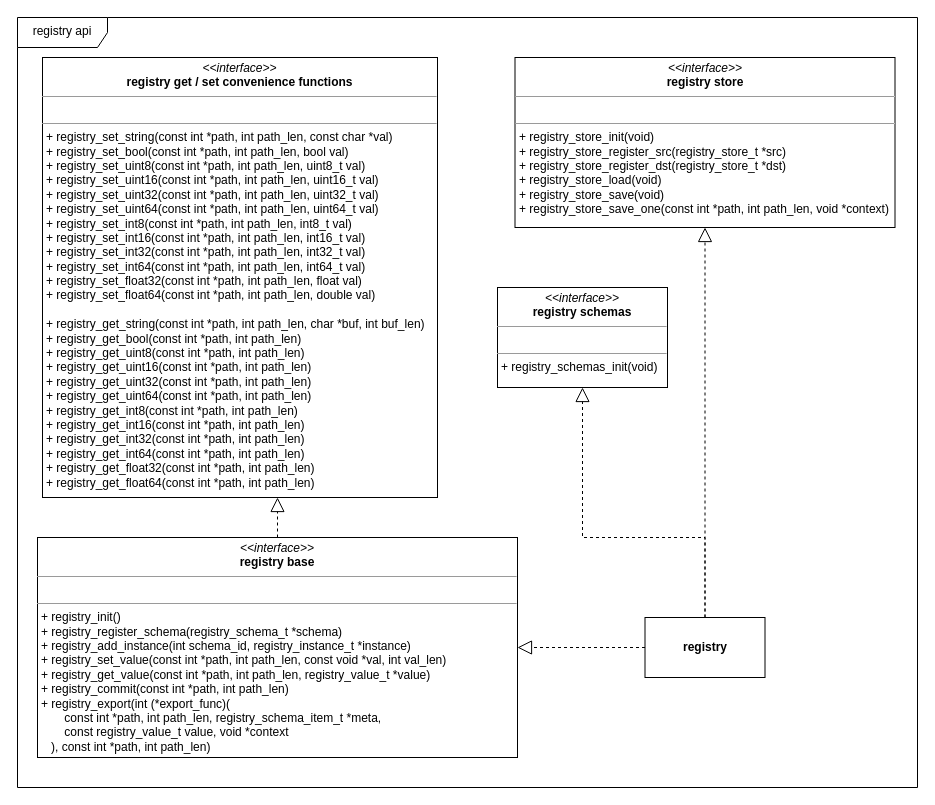
This is doc/drawio/api.drawio from LasseRosenow/riot-runtime-config, a draw.io file, before an edit. Source tidied: cells renumbered, new cells numbered last; positions are measured from the earlier drawing's top-left corner, leaving out a move shared by most shapes. Both pictures are drawn from the tidied source at 100%, with x=0, y=0 at pixel (17, 17).
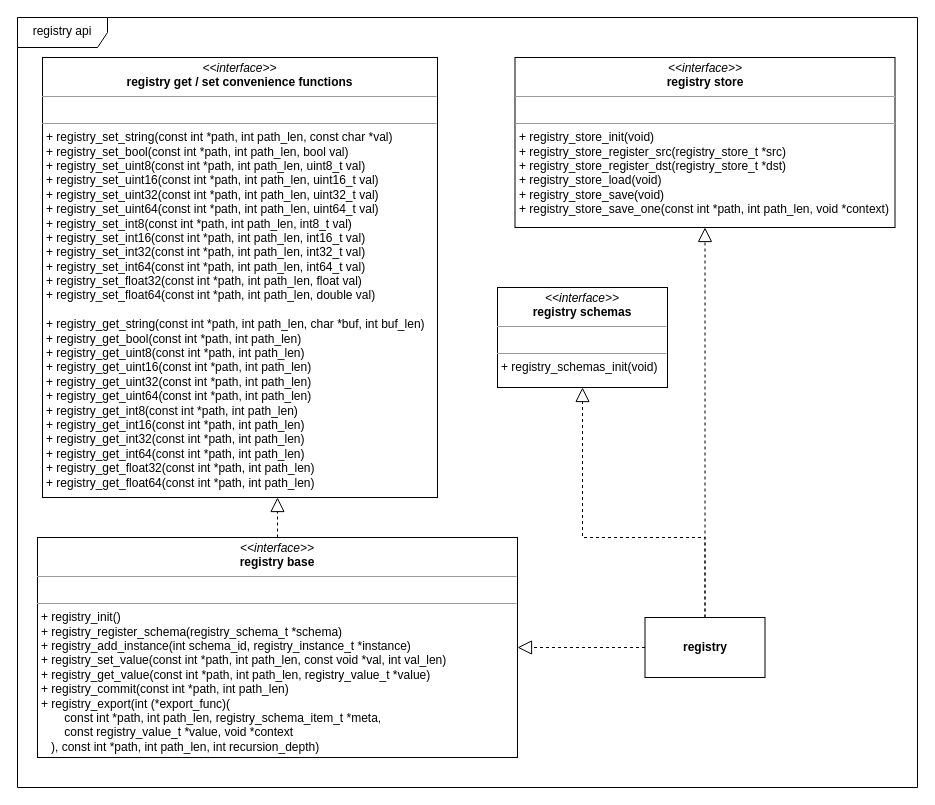
The same page after the edit.

Commit message (it also covers changes not shown here):
WIP: Add recursion_depth to export function and enable export of schema and interface meta data

Diff of the diagram source:
```diff
@@
 <mxGraphModel background="#FFFFFF">
   <root>
     <mxCell id="0" />
     <mxCell id="1" parent="0" />
     <mxCell id="2" value="registry api" style="shape=umlFrame;whiteSpace=wrap;html=1;verticalAlign=top;width=90;height=30;swimlaneFillColor=#ffffff;" parent="1" vertex="1">
       <mxGeometry width="900" height="770" as="geometry" />
     </mxCell>
-    <mxCell id="3" value="&lt;p style=&quot;margin: 0px ; margin-top: 4px ; text-align: center&quot;&gt;&lt;i&gt;&amp;lt;&amp;lt;interface&amp;gt;&amp;gt;&lt;/i&gt;&lt;br&gt;&lt;b&gt;registry base&lt;/b&gt;&lt;br&gt;&lt;/p&gt;&lt;hr size=&quot;1&quot;&gt;&lt;p style=&quot;margin: 0px ; margin-left: 4px&quot;&gt;&lt;br&gt;&lt;/p&gt;&lt;hr size=&quot;1&quot;&gt;&lt;p style=&quot;margin: 0px ; margin-left: 4px&quot;&gt;+ registry_init()&lt;/p&gt;&lt;p style=&quot;margin: 0px ; margin-left: 4px&quot;&gt;+ registry_register_schema(registry_schema_t *schema)&lt;/p&gt;&lt;p style=&quot;margin: 0px ; margin-left: 4px&quot;&gt;+ registry_add_instance(int schema_id, registry_instance_t *instance)&lt;/p&gt;&lt;p style=&quot;margin: 0px ; margin-left: 4px&quot;&gt;+ registry_set_value(const int *path, int path_len, const void *val, int val_len)&lt;/p&gt;&lt;p style=&quot;margin: 0px ; margin-left: 4px&quot;&gt;+ registry_get_value(const int *path, int path_len, registry_value_t *value)&lt;/p&gt;&lt;p style=&quot;margin: 0px ; margin-left: 4px&quot;&gt;+ registry_commit(const int *path, int path_len)&lt;/p&gt;&lt;p style=&quot;margin: 0px ; margin-left: 4px&quot;&gt;+&amp;nbsp;&lt;span&gt;registry_export(int (*export_func)(&lt;/span&gt;&lt;/p&gt;&lt;p style=&quot;margin: 0px ; margin-left: 4px&quot;&gt;&lt;span&gt;&amp;nbsp; &amp;nbsp; &amp;nbsp; &amp;nbsp;const int *path, int path_len, registry_schema_item_t *meta,&amp;nbsp;&lt;/span&gt;&lt;/p&gt;&lt;p style=&quot;margin: 0px ; margin-left: 4px&quot;&gt;&lt;span&gt;&amp;nbsp; &amp;nbsp; &amp;nbsp; &amp;nbsp;const registry_value_t value,&amp;nbsp;&lt;/span&gt;&lt;span&gt;void *context&lt;/span&gt;&lt;/p&gt;&lt;p style=&quot;margin: 0px ; margin-left: 4px&quot;&gt;&lt;span&gt;&amp;nbsp; &amp;nbsp;), const int *path, int path_len)&lt;/span&gt;&lt;/p&gt;" style="verticalAlign=top;align=left;overflow=fill;fontSize=12;fontFamily=Helvetica;html=1;" parent="1" vertex="1">
+    <mxCell id="3" value="&lt;p style=&quot;margin: 0px ; margin-top: 4px ; text-align: center&quot;&gt;&lt;i&gt;&amp;lt;&amp;lt;interface&amp;gt;&amp;gt;&lt;/i&gt;&lt;br&gt;&lt;b&gt;registry base&lt;/b&gt;&lt;br&gt;&lt;/p&gt;&lt;hr size=&quot;1&quot;&gt;&lt;p style=&quot;margin: 0px ; margin-left: 4px&quot;&gt;&lt;br&gt;&lt;/p&gt;&lt;hr size=&quot;1&quot;&gt;&lt;p style=&quot;margin: 0px ; margin-left: 4px&quot;&gt;+ registry_init()&lt;/p&gt;&lt;p style=&quot;margin: 0px ; margin-left: 4px&quot;&gt;+ registry_register_schema(registry_schema_t *schema)&lt;/p&gt;&lt;p style=&quot;margin: 0px ; margin-left: 4px&quot;&gt;+ registry_add_instance(int schema_id, registry_instance_t *instance)&lt;/p&gt;&lt;p style=&quot;margin: 0px ; margin-left: 4px&quot;&gt;+ registry_set_value(const int *path, int path_len, const void *val, int val_len)&lt;/p&gt;&lt;p style=&quot;margin: 0px ; margin-left: 4px&quot;&gt;+ registry_get_value(const int *path, int path_len, registry_value_t *value)&lt;/p&gt;&lt;p style=&quot;margin: 0px ; margin-left: 4px&quot;&gt;+ registry_commit(const int *path, int path_len)&lt;/p&gt;&lt;p style=&quot;margin: 0px ; margin-left: 4px&quot;&gt;+&amp;nbsp;&lt;span&gt;registry_export(int (*export_func)(&lt;/span&gt;&lt;/p&gt;&lt;p style=&quot;margin: 0px ; margin-left: 4px&quot;&gt;&lt;span&gt;&amp;nbsp; &amp;nbsp; &amp;nbsp; &amp;nbsp;const int *path, int path_len, registry_schema_item_t *meta,&amp;nbsp;&lt;/span&gt;&lt;/p&gt;&lt;p style=&quot;margin: 0px ; margin-left: 4px&quot;&gt;&lt;span&gt;&amp;nbsp; &amp;nbsp; &amp;nbsp; &amp;nbsp;const registry_value_t *value,&amp;nbsp;&lt;/span&gt;&lt;span&gt;void *context&lt;/span&gt;&lt;/p&gt;&lt;p style=&quot;margin: 0px ; margin-left: 4px&quot;&gt;&lt;span&gt;&amp;nbsp; &amp;nbsp;), const int *path, int path_len, int recursion_depth)&lt;/span&gt;&lt;/p&gt;" style="verticalAlign=top;align=left;overflow=fill;fontSize=12;fontFamily=Helvetica;html=1;" parent="1" vertex="1">
       <mxGeometry x="20" y="520" width="480" height="220" as="geometry" />
     </mxCell>
     <mxCell id="4" value="&lt;p style=&quot;margin: 0px ; margin-top: 4px ; text-align: center&quot;&gt;&lt;i&gt;&amp;lt;&amp;lt;interface&amp;gt;&amp;gt;&lt;/i&gt;&lt;br&gt;&lt;b&gt;registry store&lt;/b&gt;&lt;br&gt;&lt;/p&gt;&lt;hr size=&quot;1&quot;&gt;&lt;p style=&quot;margin: 0px ; margin-left: 4px&quot;&gt;&lt;br&gt;&lt;/p&gt;&lt;hr size=&quot;1&quot;&gt;&lt;p style=&quot;margin: 0px ; margin-left: 4px&quot;&gt;+ registry_store_init(void)&lt;br&gt;&lt;/p&gt;&lt;p style=&quot;margin: 0px ; margin-left: 4px&quot;&gt;+ registry_store_register_src(registry_store_t *src)&lt;br&gt;&lt;/p&gt;&lt;p style=&quot;margin: 0px ; margin-left: 4px&quot;&gt;+ registry_store_register_dst(registry_store_t *dst)&lt;br&gt;&lt;/p&gt;&lt;p style=&quot;margin: 0px ; margin-left: 4px&quot;&gt;+ registry_store_load(void)&lt;br&gt;&lt;/p&gt;&lt;p style=&quot;margin: 0px 0px 0px 4px&quot;&gt;+ registry_store_save(void)&lt;/p&gt;&lt;p style=&quot;margin: 0px 0px 0px 4px&quot;&gt;+ registry_store_save_one(const int *path, int path_len, void *context)&lt;/p&gt;" style="verticalAlign=top;align=left;overflow=fill;fontSize=12;fontFamily=Helvetica;html=1;" parent="1" vertex="1">
       <mxGeometry x="497.5" y="40" width="380" height="170" as="geometry" />
     </mxCell>
     <mxCell id="5" value="&lt;b&gt;registry&lt;/b&gt;" style="rounded=0;whiteSpace=wrap;html=1;" parent="1" vertex="1">
       <mxGeometry x="627.5" y="600" width="120" height="60" as="geometry" />
     </mxCell>
     <mxCell id="6" style="endArrow=block;dashed=1;endFill=0;endSize=12;html=1;edgeStyle=orthogonalEdgeStyle;rounded=0;" parent="1" edge="1" source="5" target="3">
       <mxGeometry relative="1" as="geometry" />
     </mxCell>
     <mxCell id="7" style="endArrow=block;dashed=1;endFill=0;endSize=12;html=1;edgeStyle=orthogonalEdgeStyle;rounded=0;" parent="1" edge="1" source="5" target="4">
       <mxGeometry relative="1" as="geometry">
         <Array as="points">
           <mxPoint x="688" y="510" />
           <mxPoint x="688" y="510" />
         </Array>
       </mxGeometry>
     </mxCell>
     <mxCell id="8" value="&lt;p style=&quot;margin: 0px ; margin-top: 4px ; text-align: center&quot;&gt;&lt;i&gt;&amp;lt;&amp;lt;interface&amp;gt;&amp;gt;&lt;/i&gt;&lt;br&gt;&lt;b&gt;registry get / set convenience functions&lt;/b&gt;&lt;br&gt;&lt;/p&gt;&lt;hr size=&quot;1&quot;&gt;&lt;p style=&quot;margin: 0px ; margin-left: 4px&quot;&gt;&lt;br&gt;&lt;/p&gt;&lt;hr size=&quot;1&quot;&gt;&lt;p style=&quot;margin: 0px 0px 0px 4px&quot;&gt;+&amp;nbsp;registry_set_string(const int *path, int path_len, const char *val)&lt;/p&gt;&lt;p style=&quot;margin: 0px 0px 0px 4px&quot;&gt;+&amp;nbsp;registry_set_bool(const int *path, int path_len, bool val)&lt;/p&gt;&lt;p style=&quot;margin: 0px 0px 0px 4px&quot;&gt;+&amp;nbsp;registry_set_uint8(const int *path, int path_len, uint8_t val)&lt;/p&gt;&lt;p style=&quot;margin: 0px 0px 0px 4px&quot;&gt;+&amp;nbsp;registry_set_uint16(const int *path, int path_len, uint16_t val)&lt;/p&gt;&lt;p style=&quot;margin: 0px 0px 0px 4px&quot;&gt;+&amp;nbsp;registry_set_uint32(const int *path, int path_len, uint32_t val)&lt;/p&gt;&lt;p style=&quot;margin: 0px 0px 0px 4px&quot;&gt;+&amp;nbsp;registry_set_uint64(const int *path, int path_len, uint64_t val)&lt;/p&gt;&lt;p style=&quot;margin: 0px 0px 0px 4px&quot;&gt;+&amp;nbsp;registry_set_int8(const int *path, int path_len, int8_t val)&lt;/p&gt;&lt;p style=&quot;margin: 0px 0px 0px 4px&quot;&gt;+&amp;nbsp;registry_set_int16(const int *path, int path_len, int16_t val)&lt;/p&gt;&lt;p style=&quot;margin: 0px 0px 0px 4px&quot;&gt;+&amp;nbsp;registry_set_int32(const int *path, int path_len, int32_t val)&lt;/p&gt;&lt;p style=&quot;margin: 0px 0px 0px 4px&quot;&gt;+&amp;nbsp;registry_set_int64(const int *path, int path_len, int64_t val)&lt;/p&gt;&lt;p style=&quot;margin: 0px 0px 0px 4px&quot;&gt;+&amp;nbsp;registry_set_float32(const int *path, int path_len, float val)&lt;/p&gt;&lt;p style=&quot;margin: 0px 0px 0px 4px&quot;&gt;+&amp;nbsp;registry_set_float64(const int *path, int path_len, double val)&lt;/p&gt;&lt;p style=&quot;margin: 0px ; margin-left: 4px&quot;&gt;&lt;br&gt;&lt;/p&gt;&lt;p style=&quot;margin: 0px ; margin-left: 4px&quot;&gt;+&amp;nbsp;registry_get_string(const int *path, int path_len, char *buf, int buf_len)&lt;/p&gt;&lt;p style=&quot;margin: 0px ; margin-left: 4px&quot;&gt;+&amp;nbsp;registry_get_bool(const int *path, int path_len)&lt;/p&gt;&lt;p style=&quot;margin: 0px ; margin-left: 4px&quot;&gt;+&amp;nbsp;registry_get_uint8(const int *path, int path_len)&lt;/p&gt;&lt;p style=&quot;margin: 0px ; margin-left: 4px&quot;&gt;+&amp;nbsp;registry_get_uint16(const int *path, int path_len)&lt;/p&gt;&lt;p style=&quot;margin: 0px ; margin-left: 4px&quot;&gt;+&amp;nbsp;registry_get_uint32(const int *path, int path_len)&lt;/p&gt;&lt;p style=&quot;margin: 0px ; margin-left: 4px&quot;&gt;+&amp;nbsp;registry_get_uint64(const int *path, int path_len)&lt;/p&gt;&lt;p style=&quot;margin: 0px ; margin-left: 4px&quot;&gt;+&amp;nbsp;registry_get_int8(const int *path, int path_len)&lt;/p&gt;&lt;p style=&quot;margin: 0px ; margin-left: 4px&quot;&gt;+&amp;nbsp;registry_get_int16(const int *path, int path_len)&lt;/p&gt;&lt;p style=&quot;margin: 0px ; margin-left: 4px&quot;&gt;+&amp;nbsp;registry_get_int32(const int *path, int path_len)&lt;/p&gt;&lt;p style=&quot;margin: 0px ; margin-left: 4px&quot;&gt;+&amp;nbsp;registry_get_int64(const int *path, int path_len)&lt;/p&gt;&lt;p style=&quot;margin: 0px ; margin-left: 4px&quot;&gt;+&amp;nbsp;registry_get_float32(const int *path, int path_len)&lt;/p&gt;&lt;p style=&quot;margin: 0px ; margin-left: 4px&quot;&gt;+&amp;nbsp;registry_get_float64(const int *path, int path_len)&lt;/p&gt;" style="verticalAlign=top;align=left;overflow=fill;fontSize=12;fontFamily=Helvetica;html=1;" parent="1" vertex="1">
       <mxGeometry x="25" y="40" width="395" height="440" as="geometry" />
     </mxCell>
     <mxCell id="9" style="endArrow=block;dashed=1;endFill=0;endSize=12;html=1;edgeStyle=orthogonalEdgeStyle;rounded=0;" parent="1" edge="1" source="3" target="8">
       <mxGeometry relative="1" as="geometry">
         <Array as="points">
           <mxPoint x="260" y="510" />
           <mxPoint x="260" y="510" />
         </Array>
       </mxGeometry>
     </mxCell>
     <mxCell id="10" value="&lt;p style=&quot;margin: 0px ; margin-top: 4px ; text-align: center&quot;&gt;&lt;i&gt;&amp;lt;&amp;lt;interface&amp;gt;&amp;gt;&lt;/i&gt;&lt;br&gt;&lt;b&gt;registry schemas&lt;/b&gt;&lt;br&gt;&lt;/p&gt;&lt;hr size=&quot;1&quot;&gt;&lt;p style=&quot;margin: 0px ; margin-left: 4px&quot;&gt;&lt;br&gt;&lt;/p&gt;&lt;hr size=&quot;1&quot;&gt;&lt;p style=&quot;margin: 0px ; margin-left: 4px&quot;&gt;+ registry_schemas_init(void)&lt;/p&gt;" style="verticalAlign=top;align=left;overflow=fill;fontSize=12;fontFamily=Helvetica;html=1;" parent="1" vertex="1">
       <mxGeometry x="480" y="270" width="170" height="100" as="geometry" />
     </mxCell>
     <mxCell id="11" style="endArrow=block;dashed=1;endFill=0;endSize=12;html=1;edgeStyle=orthogonalEdgeStyle;rounded=0;" parent="1" edge="1" source="5" target="10">
       <mxGeometry relative="1" as="geometry">
         <Array as="points">
           <mxPoint x="688" y="520" />
           <mxPoint x="565" y="520" />
         </Array>
       </mxGeometry>
     </mxCell>
   </root>
 </mxGraphModel>
```
